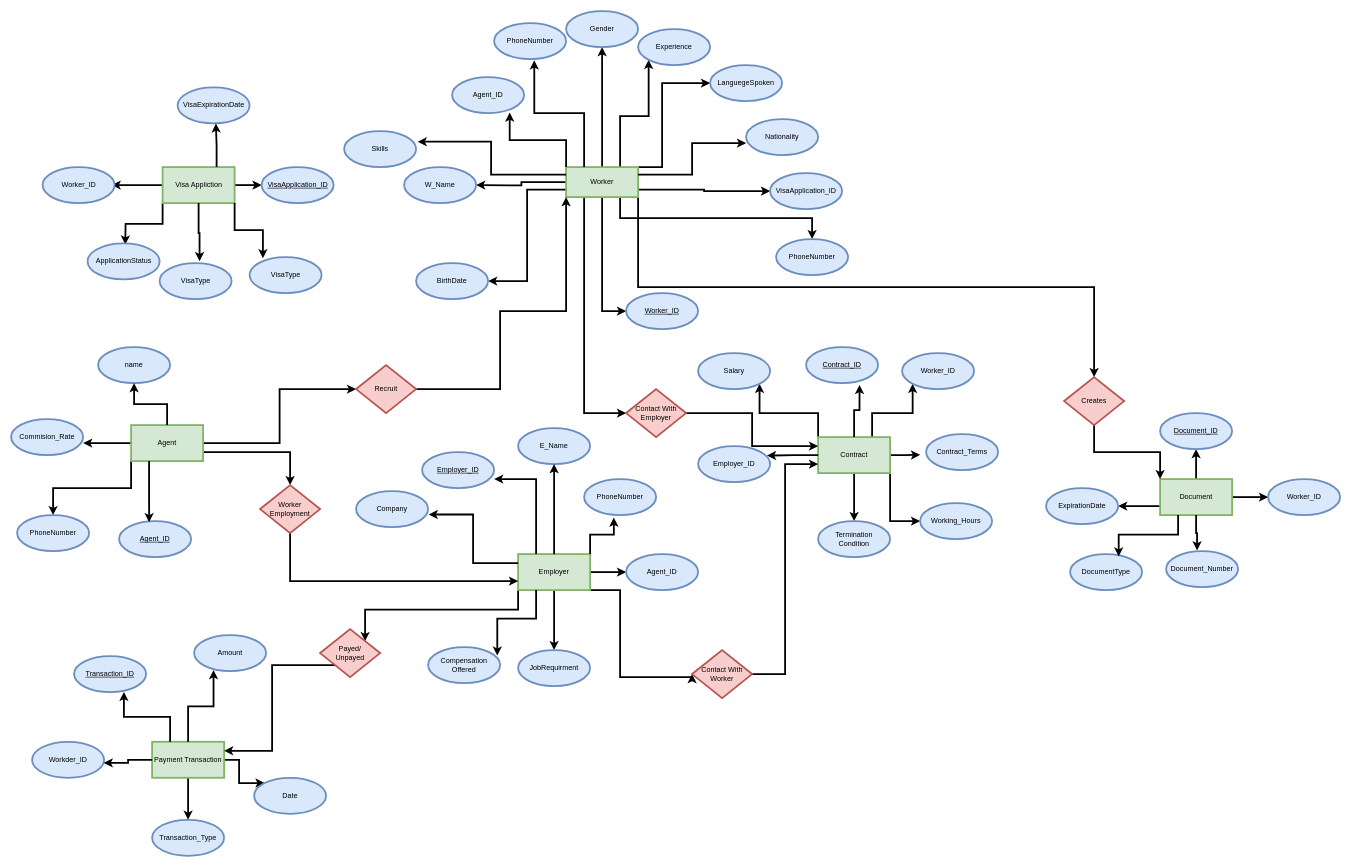
Earlier version of the draw.io diagram Untitled Diagram.drawio (afrixz04/Use-case). Source tidied: cells renumbered, new cells numbered last; positions are measured from the earlier drawing's top-left corner, leaving out a move shared by most shapes. Both pictures are drawn from the tidied source at 60%, with x=0, y=0 at pixel (11, 11).
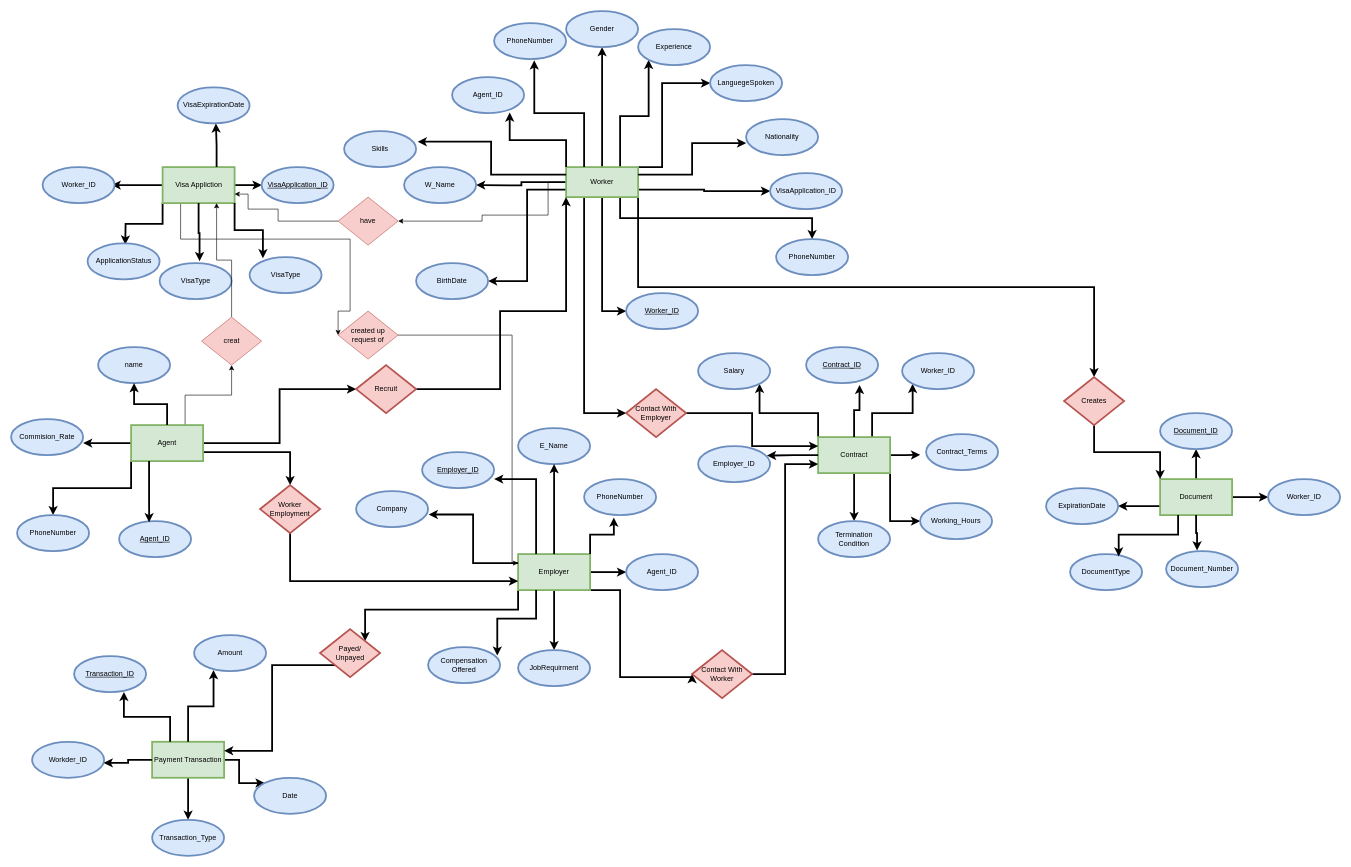
The same diagram, later.

The change refers to these unchanged cells:
```xml
<mxCell id="6" value="Agent" style="rounded=0;whiteSpace=wrap;html=1;fillColor=#d5e8d4;strokeColor=#82b366;strokeWidth=3;" parent="1" vertex="1">
  <mxGeometry x="200" y="690" width="120" height="60" as="geometry" />
</mxCell>
<mxCell id="21" value="Worker" style="rounded=0;whiteSpace=wrap;html=1;fillColor=#d5e8d4;strokeColor=#82b366;strokeWidth=3;" parent="1" vertex="1">
  <mxGeometry x="925" y="260" width="120" height="50" as="geometry" />
</mxCell>
<mxCell id="38" value="Employer" style="rounded=0;whiteSpace=wrap;html=1;fillColor=#d5e8d4;strokeColor=#82b366;strokeWidth=3;" parent="1" vertex="1">
  <mxGeometry x="845" y="905" width="120" height="60" as="geometry" />
</mxCell>
<mxCell id="106" value="Visa Appliction" style="rounded=0;whiteSpace=wrap;html=1;fillColor=#d5e8d4;strokeColor=#82b366;strokeWidth=3;" parent="1" vertex="1">
  <mxGeometry x="252.5" y="260" width="120" height="60" as="geometry" />
</mxCell>
```

What changed in the source:
```diff
@@
+    <mxCell id="119" style="edgeStyle=orthogonalEdgeStyle;rounded=0;jettySize=auto;html=1;exitX=0.75;exitY=0;exitDx=0;exitDy=0;entryX=0.5;entryY=1;entryDx=0;entryDy=0;" parent="1" edge="1" source="6" target="123">
+      <mxGeometry relative="1" as="geometry" />
+    </mxCell>
@@
+    <mxCell id="120" style="edgeStyle=orthogonalEdgeStyle;rounded=0;jettySize=auto;html=1;exitX=0;exitY=0.5;exitDx=0;exitDy=0;entryX=1;entryY=0.5;entryDx=0;entryDy=0;" parent="1" edge="1" source="21" target="125">
+      <mxGeometry relative="1" as="geometry">
+        <Array as="points">
+          <mxPoint x="895" y="285" />
+          <mxPoint x="895" y="340" />
+          <mxPoint x="785" y="340" />
+          <mxPoint x="785" y="350" />
+        </Array>
+      </mxGeometry>
+    </mxCell>
@@
+    <mxCell id="121" style="edgeStyle=orthogonalEdgeStyle;rounded=0;jettySize=auto;html=1;exitX=0.25;exitY=1;exitDx=0;exitDy=0;entryX=0;entryY=0.5;entryDx=0;entryDy=0;" parent="1" edge="1" source="106" target="127">
+      <mxGeometry relative="1" as="geometry">
+        <Array as="points">
+          <mxPoint x="283" y="380" />
+          <mxPoint x="565" y="380" />
+          <mxPoint x="565" y="500" />
+          <mxPoint x="545" y="500" />
+        </Array>
+      </mxGeometry>
+    </mxCell>
@@
+    <mxCell id="122" style="edgeStyle=orthogonalEdgeStyle;rounded=0;jettySize=auto;html=1;exitX=0.5;exitY=0;exitDx=0;exitDy=0;entryX=0.75;entryY=1;entryDx=0;entryDy=0;" parent="1" edge="1" source="123" target="106">
+      <mxGeometry relative="1" as="geometry" />
+    </mxCell>
+    <mxCell id="123" value="creat" style="rhombus;whiteSpace=wrap;html=1;fillColor=#f8cecc;strokeColor=#b85450;" parent="1" vertex="1">
+      <mxGeometry x="317.5" y="510" width="100" height="80" as="geometry" />
+    </mxCell>
+    <mxCell id="124" style="edgeStyle=orthogonalEdgeStyle;rounded=0;jettySize=auto;html=1;exitX=0;exitY=0.5;exitDx=0;exitDy=0;entryX=1;entryY=0.75;entryDx=0;entryDy=0;" parent="1" edge="1" source="125" target="106">
+      <mxGeometry relative="1" as="geometry">
+        <Array as="points">
+          <mxPoint x="445" y="350" />
+          <mxPoint x="445" y="330" />
+          <mxPoint x="395" y="330" />
+          <mxPoint x="395" y="305" />
+        </Array>
+      </mxGeometry>
+    </mxCell>
+    <mxCell id="125" value="have" style="rhombus;whiteSpace=wrap;html=1;fillColor=#f8cecc;strokeColor=#b85450;" parent="1" vertex="1">
+      <mxGeometry x="545" y="310" width="100" height="80" as="geometry" />
+    </mxCell>
+    <mxCell id="126" style="edgeStyle=orthogonalEdgeStyle;rounded=0;jettySize=auto;html=1;exitX=1;exitY=0.5;exitDx=0;exitDy=0;entryX=0;entryY=0.25;entryDx=0;entryDy=0;" parent="1" edge="1" source="127" target="38">
+      <mxGeometry relative="1" as="geometry">
+        <Array as="points">
+          <mxPoint x="835" y="540" />
+          <mxPoint x="835" y="920" />
+        </Array>
+      </mxGeometry>
+    </mxCell>
+    <mxCell id="127" value="created up request of" style="rhombus;whiteSpace=wrap;html=1;fillColor=#f8cecc;strokeColor=#b85450;" parent="1" vertex="1">
+      <mxGeometry x="545" y="500" width="100" height="80" as="geometry" />
+    </mxCell>
```
